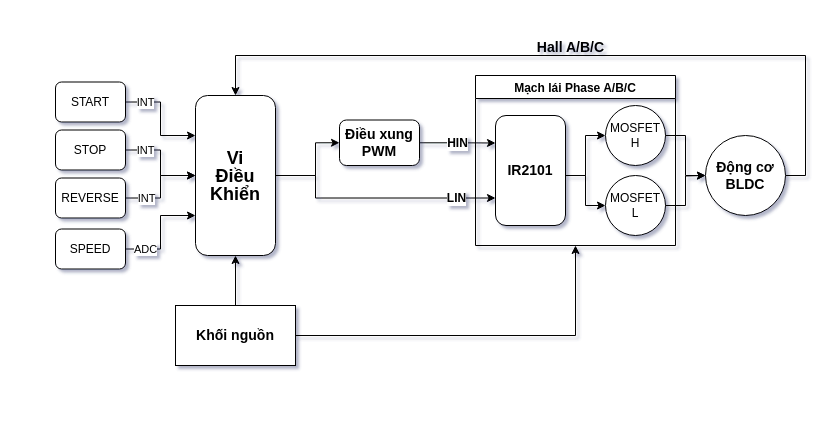
This is Schematic_Hall.drawio from ducphan2003/demo, a draw.io file, before an edit. Source tidied: cells renumbered, new cells numbered last; positions are measured from the earlier drawing's top-left corner, leaving out a move shared by most shapes. Both pictures are drawn from the tidied source at 100%, with x=0, y=0 at pixel (55, 55).
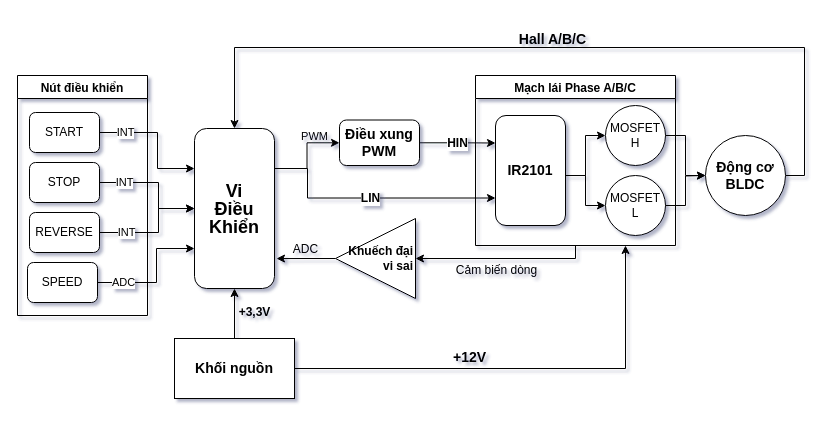
After the change.

The change refers to these unchanged cells:
```xml
<mxCell id="14" value="&lt;h3&gt;Động cơ&lt;br&gt;BLDC&lt;/h3&gt;" style="ellipse;whiteSpace=wrap;html=1;" parent="1" vertex="1">
  <mxGeometry x="650" y="80" width="80" height="80" as="geometry" />
</mxCell>
<mxCell id="18" value="Mạch lái Phase A/B/C" style="swimlane;startSize=23;" parent="1" vertex="1">
  <mxGeometry x="420" y="20" width="200" height="170" as="geometry" />
</mxCell>
<mxCell id="21" value="&lt;h3&gt;IR2101&lt;/h3&gt;" style="rounded=1;whiteSpace=wrap;html=1;" parent="18" vertex="1">
  <mxGeometry x="20" y="40" width="70" height="110" as="geometry" />
</mxCell>
<mxCell id="27" value="&lt;h3&gt;Điều xung PWM&lt;/h3&gt;" style="rounded=1;whiteSpace=wrap;html=1;" parent="1" vertex="1">
  <mxGeometry x="284" y="64.5" width="80" height="45.5" as="geometry" />
</mxCell>
```

Diff of the diagram source:
```diff
@@
-    <mxCell id="2" style="edgeStyle=orthogonalEdgeStyle;rounded=0;jettySize=auto;html=1;exitX=1;exitY=0.5;exitDx=0;exitDy=0;entryX=0;entryY=0.5;entryDx=0;entryDy=0;fontSize=11;" parent="1" edge="1" source="4" target="27">
-      <mxGeometry relative="1" as="geometry">
-        <Array as="points">
-          <mxPoint x="260" y="120" />
-          <mxPoint x="260" y="87" />
-        </Array>
-      </mxGeometry>
+    <mxCell id="2" value="PWM" style="edgeStyle=orthogonalEdgeStyle;rounded=0;jettySize=auto;html=1;exitX=1;exitY=0.25;exitDx=0;exitDy=0;labelBackgroundColor=none;" parent="1" edge="1" source="4" target="27">
+      <mxGeometry x="0.45" y="6" relative="1" as="geometry" />
     </mxCell>
-    <mxCell id="3" value="LIN" style="edgeStyle=orthogonalEdgeStyle;rounded=0;jettySize=auto;html=1;entryX=0;entryY=0.75;entryDx=0;entryDy=0;fontSize=12;fontStyle=1;" parent="1" edge="1" source="4" target="21">
-      <mxGeometry x="0.67" relative="1" as="geometry">
+    <mxCell id="3" value="&lt;b&gt;&lt;font style=&quot;font-size: 12px&quot;&gt;LIN&lt;/font&gt;&lt;/b&gt;" style="edgeStyle=orthogonalEdgeStyle;rounded=0;jettySize=auto;html=1;exitX=1;exitY=0.25;exitDx=0;exitDy=0;entryX=0;entryY=0.75;entryDx=0;entryDy=0;" parent="1" edge="1" source="4" target="21">
+      <mxGeometry relative="1" as="geometry">
         <Array as="points">
-          <mxPoint x="260" y="120" />
-          <mxPoint x="260" y="143" />
+          <mxPoint x="252" y="113" />
+          <mxPoint x="252" y="143" />
         </Array>
-        <mxPoint x="1" as="offset" />
       </mxGeometry>
     </mxCell>
     <mxCell id="4" value="&lt;h2 style=&quot;line-height: 1&quot;&gt;Vi&lt;br&gt;Điều&lt;br&gt;Khiển&lt;/h2&gt;" style="rounded=1;whiteSpace=wrap;html=1;" parent="1" vertex="1">
-      <mxGeometry x="140" y="40" width="80" height="160" as="geometry" />
+      <mxGeometry x="139" y="73" width="80" height="160" as="geometry" />
     </mxCell>
     <mxCell id="5" value="INT" style="edgeStyle=orthogonalEdgeStyle;rounded=0;jettySize=auto;html=1;exitX=1;exitY=0.5;exitDx=0;exitDy=0;entryX=0;entryY=0.25;entryDx=0;entryDy=0;" parent="1" edge="1" source="6" target="4">
-      <mxGeometry x="-0.61" relative="1" as="geometry" />
+      <mxGeometry x="-0.61" relative="1" as="geometry">
+        <Array as="points">
+          <mxPoint x="102" y="77" />
+          <mxPoint x="102" y="113" />
+        </Array>
+      </mxGeometry>
     </mxCell>
-    <mxCell id="6" value="START" style="rounded=1;whiteSpace=wrap;html=1;" parent="1" vertex="1">
-      <mxGeometry y="26.5" width="70" height="40" as="geometry" />
-    </mxCell>
     <mxCell id="7" value="INT" style="edgeStyle=orthogonalEdgeStyle;rounded=0;jettySize=auto;html=1;exitX=1;exitY=0.5;exitDx=0;exitDy=0;entryX=0;entryY=0.5;entryDx=0;entryDy=0;" parent="1" edge="1" source="8" target="4">
-      <mxGeometry x="-0.58" relative="1" as="geometry" />
+      <mxGeometry x="-0.58" relative="1" as="geometry">
+        <Array as="points">
+          <mxPoint x="103" y="127" />
+          <mxPoint x="103" y="153" />
+        </Array>
+      </mxGeometry>
     </mxCell>
-    <mxCell id="8" value="STOP" style="rounded=1;whiteSpace=wrap;html=1;" parent="1" vertex="1">
-      <mxGeometry y="74.5" width="70" height="40" as="geometry" />
-    </mxCell>
     <mxCell id="9" value="INT" style="edgeStyle=orthogonalEdgeStyle;rounded=0;jettySize=auto;html=1;exitX=1;exitY=0.5;exitDx=0;exitDy=0;entryX=0;entryY=0.5;entryDx=0;entryDy=0;fontSize=11;" parent="1" edge="1" source="10" target="4">
-      <mxGeometry x="-0.54" relative="1" as="geometry" />
+      <mxGeometry x="-0.54" relative="1" as="geometry">
+        <Array as="points">
+          <mxPoint x="103" y="177" />
+          <mxPoint x="103" y="153" />
+        </Array>
+      </mxGeometry>
     </mxCell>
-    <mxCell id="10" value="REVERSE" style="rounded=1;whiteSpace=wrap;html=1;" parent="1" vertex="1">
-      <mxGeometry y="122.5" width="70" height="40" as="geometry" />
-    </mxCell>
-    <mxCell id="11" value="ADC" style="edgeStyle=orthogonalEdgeStyle;rounded=0;jettySize=auto;html=1;entryX=0;entryY=0.75;entryDx=0;entryDy=0;fontSize=11;" parent="1" edge="1" source="12" target="4">
-      <mxGeometry x="-0.61" relative="1" as="geometry" />
+    <mxCell id="11" value="ADC" style="edgeStyle=orthogonalEdgeStyle;rounded=0;jettySize=auto;html=1;entryX=0;entryY=0.75;entryDx=0;entryDy=0;fontSize=11;exitX=1;exitY=0.5;exitDx=0;exitDy=0;" parent="1" edge="1" source="12" target="4">
+      <mxGeometry x="-0.61" relative="1" as="geometry">
+        <Array as="points">
+          <mxPoint x="101" y="227" />
+          <mxPoint x="101" y="193" />
+        </Array>
+      </mxGeometry>
     </mxCell>
-    <mxCell id="12" value="SPEED" style="rounded=1;whiteSpace=wrap;html=1;" parent="1" vertex="1">
-      <mxGeometry y="173.5" width="70" height="40" as="geometry" />
-    </mxCell>
-    <mxCell id="13" value="&lt;h3&gt;Hall A/B/C&lt;/h3&gt;" style="edgeStyle=orthogonalEdgeStyle;rounded=0;jettySize=auto;entryX=0.5;entryY=0;entryDx=0;entryDy=0;fontSize=12;html=1;fontColor=default;labelBackgroundColor=none;" parent="1" edge="1" source="14" target="4">
+    <mxCell id="13" value="&lt;h3&gt;Hall A/B/C&lt;/h3&gt;" style="edgeStyle=orthogonalEdgeStyle;rounded=0;jettySize=auto;entryX=0.5;entryY=0;entryDx=0;entryDy=0;fontSize=12;html=1;fontColor=default;labelBackgroundColor=none;exitX=1;exitY=0.5;exitDx=0;exitDy=0;" parent="1" edge="1" source="14" target="4">
       <mxGeometry y="-8" relative="1" as="geometry">
         <Array as="points">
-          <mxPoint x="750" y="120" />
-          <mxPoint x="750" />
-          <mxPoint x="180" />
+          <mxPoint x="749" y="120" />
+          <mxPoint x="749" y="-8" />
+          <mxPoint x="179" y="-8" />
         </Array>
       </mxGeometry>
     </mxCell>
@@
-    <mxCell id="15" style="edgeStyle=orthogonalEdgeStyle;rounded=0;jettySize=auto;html=1;exitX=0.5;exitY=0;exitDx=0;exitDy=0;entryX=0.5;entryY=1;entryDx=0;entryDy=0;" parent="1" edge="1" source="17" target="4">
-      <mxGeometry relative="1" as="geometry" />
-    </mxCell>
-    <mxCell id="16" style="edgeStyle=orthogonalEdgeStyle;rounded=0;jettySize=auto;html=1;exitX=1;exitY=0.5;exitDx=0;exitDy=0;entryX=0.5;entryY=1;entryDx=0;entryDy=0;" parent="1" edge="1" source="17" target="18">
-      <mxGeometry relative="1" as="geometry" />
+    <mxCell id="16" value="&lt;b&gt;&lt;font style=&quot;font-size: 14px&quot;&gt;+12V&lt;/font&gt;&lt;/b&gt;" style="edgeStyle=orthogonalEdgeStyle;rounded=0;jettySize=auto;html=1;exitX=1;exitY=0.5;exitDx=0;exitDy=0;fontSize=12;entryX=0.75;entryY=1;entryDx=0;entryDy=0;labelBackgroundColor=none;" parent="1" edge="1" source="17" target="18">
+      <mxGeometry x="-0.23" y="11" relative="1" as="geometry" />
     </mxCell>
     <mxCell id="17" value="&lt;h3&gt;Khối nguồn&lt;/h3&gt;" style="rounded=0;whiteSpace=wrap;html=1;" parent="1" vertex="1">
-      <mxGeometry x="120" y="250" width="120" height="60" as="geometry" />
+      <mxGeometry x="119" y="283" width="120" height="60" as="geometry" />
     </mxCell>
+    <mxCell id="28" value="Cảm biến dòng" style="edgeStyle=orthogonalEdgeStyle;rounded=0;jettySize=auto;html=1;entryX=0;entryY=0.5;entryDx=0;entryDy=0;labelBackgroundColor=none;fontSize=12;exitX=0.5;exitY=1;exitDx=0;exitDy=0;" parent="1" edge="1" source="18" target="30">
+      <mxGeometry x="0.06" y="12" relative="1" as="geometry">
+        <Array as="points">
+          <mxPoint x="520" y="203" />
+        </Array>
+      </mxGeometry>
+    </mxCell>
@@
+    <mxCell id="29" value="ADC" style="edgeStyle=orthogonalEdgeStyle;rounded=0;jettySize=auto;html=1;exitX=1;exitY=0.5;exitDx=0;exitDy=0;entryX=1.025;entryY=0.813;entryDx=0;entryDy=0;entryPerimeter=0;labelBackgroundColor=none;fontSize=12;" parent="1" edge="1" source="30" target="4">
+      <mxGeometry x="0.03" y="-9" relative="1" as="geometry" />
+    </mxCell>
+    <mxCell id="30" value="&lt;b&gt;Khuếch đại&lt;br&gt;vi sai&lt;/b&gt;" style="triangle;whiteSpace=wrap;html=1;fontSize=12;direction=west;align=right;" parent="1" vertex="1">
+      <mxGeometry x="280" y="163" width="80" height="80" as="geometry" />
+    </mxCell>
+    <mxCell id="15" value="&lt;h3 style=&quot;font-size: 12px&quot;&gt;+3,3V&lt;/h3&gt;" style="edgeStyle=orthogonalEdgeStyle;rounded=0;jettySize=auto;html=1;exitX=0.5;exitY=0;exitDx=0;exitDy=0;entryX=0.5;entryY=1;entryDx=0;entryDy=0;verticalAlign=middle;horizontal=1;labelBackgroundColor=none;fontSize=11;" parent="1" edge="1" source="17" target="4">
+      <mxGeometry x="0.04" y="-20" relative="1" as="geometry" />
+    </mxCell>
+    <mxCell id="31" value="Nút điều khiển" style="swimlane;" parent="1" vertex="1">
+      <mxGeometry x="-38" y="20" width="130" height="240" as="geometry" />
+    </mxCell>
+    <mxCell id="12" value="SPEED" style="rounded=1;whiteSpace=wrap;html=1;" parent="31" vertex="1">
+      <mxGeometry x="10" y="187" width="70" height="40" as="geometry" />
+    </mxCell>
+    <mxCell id="10" value="REVERSE" style="rounded=1;whiteSpace=wrap;html=1;" parent="31" vertex="1">
+      <mxGeometry x="12" y="137" width="70" height="40" as="geometry" />
+    </mxCell>
+    <mxCell id="8" value="STOP" style="rounded=1;whiteSpace=wrap;html=1;" parent="31" vertex="1">
+      <mxGeometry x="12" y="87" width="70" height="40" as="geometry" />
+    </mxCell>
+    <mxCell id="6" value="START" style="rounded=1;whiteSpace=wrap;html=1;" parent="31" vertex="1">
+      <mxGeometry x="12" y="37" width="70" height="40" as="geometry" />
+    </mxCell>
```
